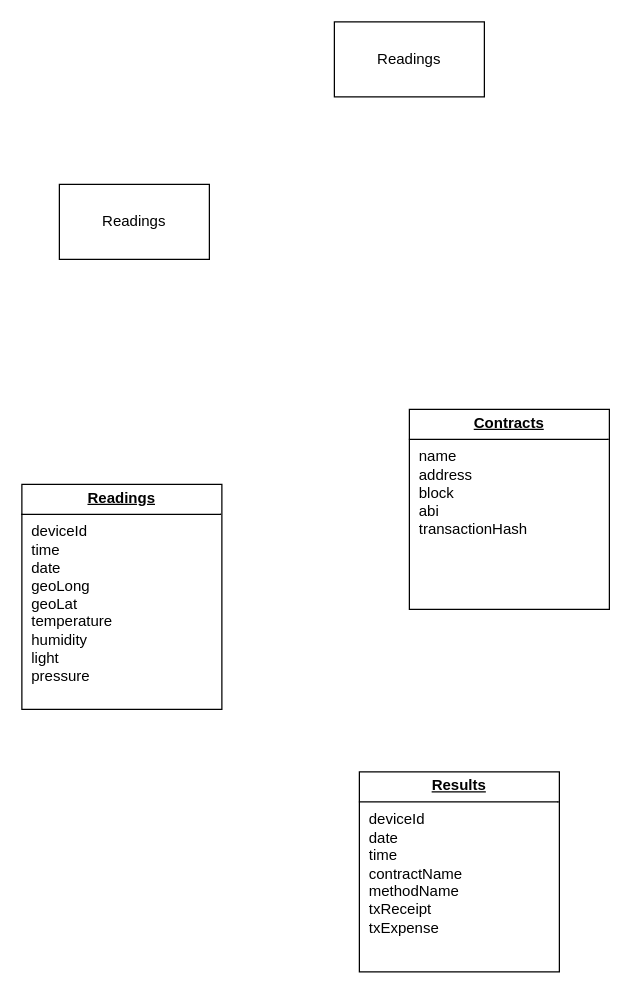
kronleuchter85/ceiot_proyecto_especializacion keeps this draw.io diagram as page "Page-4" (4 of 4) of docs/IoTProject.drawio. Above is the earlier version. Source tidied: cells renumbered, new cells numbered last; positions are measured from the earlier drawing's top-left corner, leaving out a move shared by most shapes. Both pictures are drawn from the tidied source at 125%, with x=0, y=0 at pixel (21, 21).
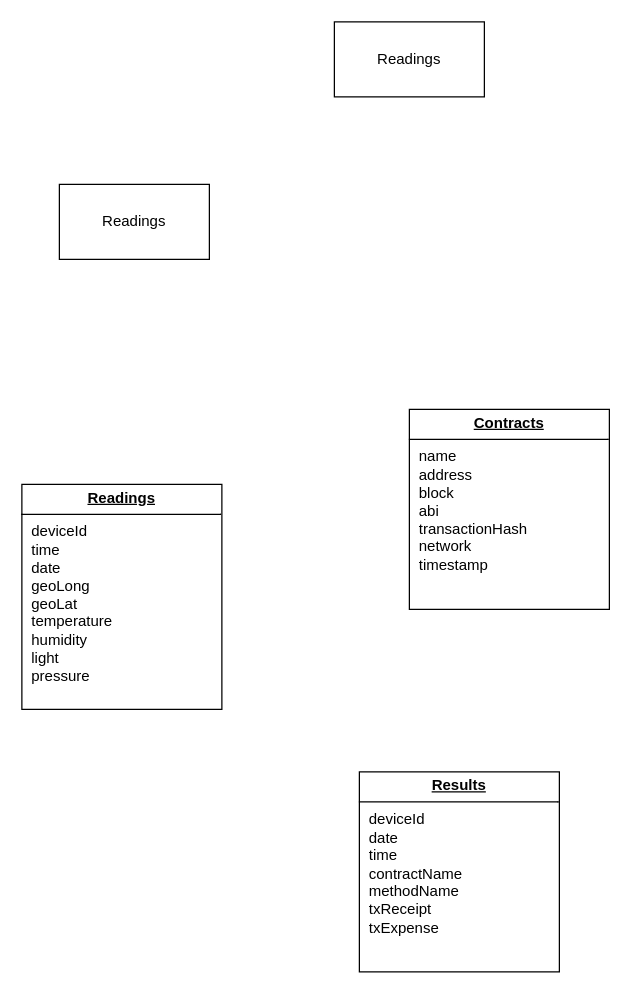
The same diagram, later.

The edit, as a diff of the source:
```diff
@@
 <mxGraphModel>
   <root>
     <mxCell id="0" />
     <mxCell id="1" parent="0" />
     <mxCell id="2" value="Readings" style="rounded=0;whiteSpace=wrap;html=1;" parent="1" vertex="1">
       <mxGeometry x="30" y="130" width="120" height="60" as="geometry" />
     </mxCell>
     <mxCell id="3" value="Readings" style="rounded=0;whiteSpace=wrap;html=1;" parent="1" vertex="1">
       <mxGeometry x="250" width="120" height="60" as="geometry" />
     </mxCell>
     <mxCell id="4" value="&lt;p style=&quot;margin:0px;margin-top:4px;text-align:center;text-decoration:underline;&quot;&gt;&lt;b&gt;Readings&lt;/b&gt;&lt;/p&gt;&lt;hr size=&quot;1&quot; style=&quot;border-style:solid;&quot;&gt;&lt;p style=&quot;margin:0px;margin-left:8px;&quot;&gt;deviceId&lt;/p&gt;&lt;p style=&quot;margin:0px;margin-left:8px;&quot;&gt;time&lt;/p&gt;&lt;p style=&quot;margin:0px;margin-left:8px;&quot;&gt;date&lt;/p&gt;&lt;p style=&quot;margin:0px;margin-left:8px;&quot;&gt;geoLong&lt;/p&gt;&lt;p style=&quot;margin:0px;margin-left:8px;&quot;&gt;geoLat&lt;/p&gt;&lt;p style=&quot;margin:0px;margin-left:8px;&quot;&gt;temperature&lt;/p&gt;&lt;p style=&quot;margin:0px;margin-left:8px;&quot;&gt;humidity&lt;/p&gt;&lt;p style=&quot;margin:0px;margin-left:8px;&quot;&gt;light&lt;/p&gt;&lt;p style=&quot;margin:0px;margin-left:8px;&quot;&gt;pressure&lt;/p&gt;" style="verticalAlign=top;align=left;overflow=fill;html=1;whiteSpace=wrap;" parent="1" vertex="1">
       <mxGeometry y="370" width="160" height="180" as="geometry" />
     </mxCell>
-    <mxCell id="5" value="&lt;p style=&quot;margin:0px;margin-top:4px;text-align:center;text-decoration:underline;&quot;&gt;&lt;b&gt;Contracts&lt;/b&gt;&lt;/p&gt;&lt;hr size=&quot;1&quot; style=&quot;border-style:solid;&quot;&gt;&lt;p style=&quot;margin:0px;margin-left:8px;&quot;&gt;name&lt;/p&gt;&lt;p style=&quot;margin:0px;margin-left:8px;&quot;&gt;address&lt;/p&gt;&lt;p style=&quot;margin:0px;margin-left:8px;&quot;&gt;block&lt;/p&gt;&lt;p style=&quot;margin:0px;margin-left:8px;&quot;&gt;abi&lt;/p&gt;&lt;p style=&quot;margin:0px;margin-left:8px;&quot;&gt;transactionHash&lt;/p&gt;" style="verticalAlign=top;align=left;overflow=fill;html=1;whiteSpace=wrap;" parent="1" vertex="1">
+    <mxCell id="5" value="&lt;p style=&quot;margin:0px;margin-top:4px;text-align:center;text-decoration:underline;&quot;&gt;&lt;b&gt;Contracts&lt;/b&gt;&lt;/p&gt;&lt;hr size=&quot;1&quot; style=&quot;border-style:solid;&quot;&gt;&lt;p style=&quot;margin:0px;margin-left:8px;&quot;&gt;name&lt;/p&gt;&lt;p style=&quot;margin:0px;margin-left:8px;&quot;&gt;address&lt;/p&gt;&lt;p style=&quot;margin:0px;margin-left:8px;&quot;&gt;block&lt;/p&gt;&lt;p style=&quot;margin:0px;margin-left:8px;&quot;&gt;abi&lt;/p&gt;&lt;p style=&quot;margin:0px;margin-left:8px;&quot;&gt;transactionHash&lt;/p&gt;&lt;p style=&quot;margin:0px;margin-left:8px;&quot;&gt;network&lt;/p&gt;&lt;p style=&quot;margin:0px;margin-left:8px;&quot;&gt;timestamp&lt;/p&gt;" style="verticalAlign=top;align=left;overflow=fill;html=1;whiteSpace=wrap;" parent="1" vertex="1">
       <mxGeometry x="310" y="310" width="160" height="160" as="geometry" />
     </mxCell>
     <mxCell id="6" value="&lt;p style=&quot;margin:0px;margin-top:4px;text-align:center;text-decoration:underline;&quot;&gt;&lt;b&gt;Results&lt;/b&gt;&lt;/p&gt;&lt;hr size=&quot;1&quot; style=&quot;border-style:solid;&quot;&gt;&lt;p style=&quot;margin:0px;margin-left:8px;&quot;&gt;deviceId&lt;/p&gt;&lt;p style=&quot;margin:0px;margin-left:8px;&quot;&gt;date&lt;br&gt;&lt;/p&gt;&lt;p style=&quot;margin:0px;margin-left:8px;&quot;&gt;time&lt;/p&gt;&lt;p style=&quot;margin:0px;margin-left:8px;&quot;&gt;&lt;span style=&quot;background-color: initial;&quot;&gt;contractName&lt;/span&gt;&lt;br&gt;&lt;/p&gt;&lt;p style=&quot;margin:0px;margin-left:8px;&quot;&gt;methodName&lt;/p&gt;&lt;p style=&quot;margin:0px;margin-left:8px;&quot;&gt;txReceipt&lt;/p&gt;&lt;p style=&quot;margin:0px;margin-left:8px;&quot;&gt;txExpense&lt;/p&gt;" style="verticalAlign=top;align=left;overflow=fill;html=1;whiteSpace=wrap;" parent="1" vertex="1">
       <mxGeometry x="270" y="600" width="160" height="160" as="geometry" />
     </mxCell>
   </root>
 </mxGraphModel>
```
